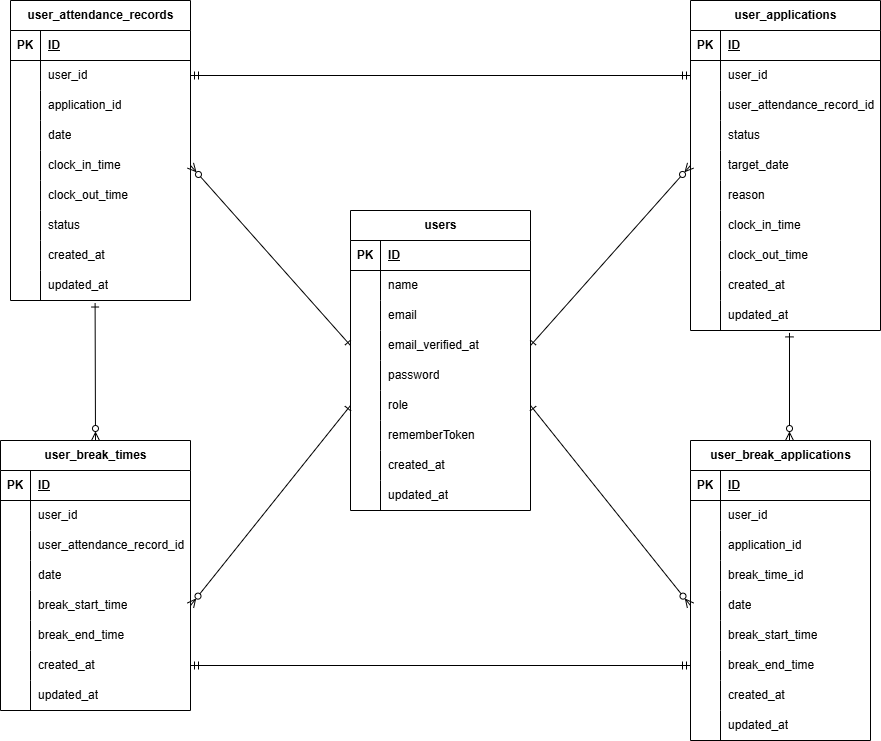
Above: src/index.drawio.png in manami0630/attendance_management (draw.io), before the change. Source tidied: cells renumbered, new cells last; positions are measured from the earlier drawing's top-left corner, leaving out a move shared by most shapes.
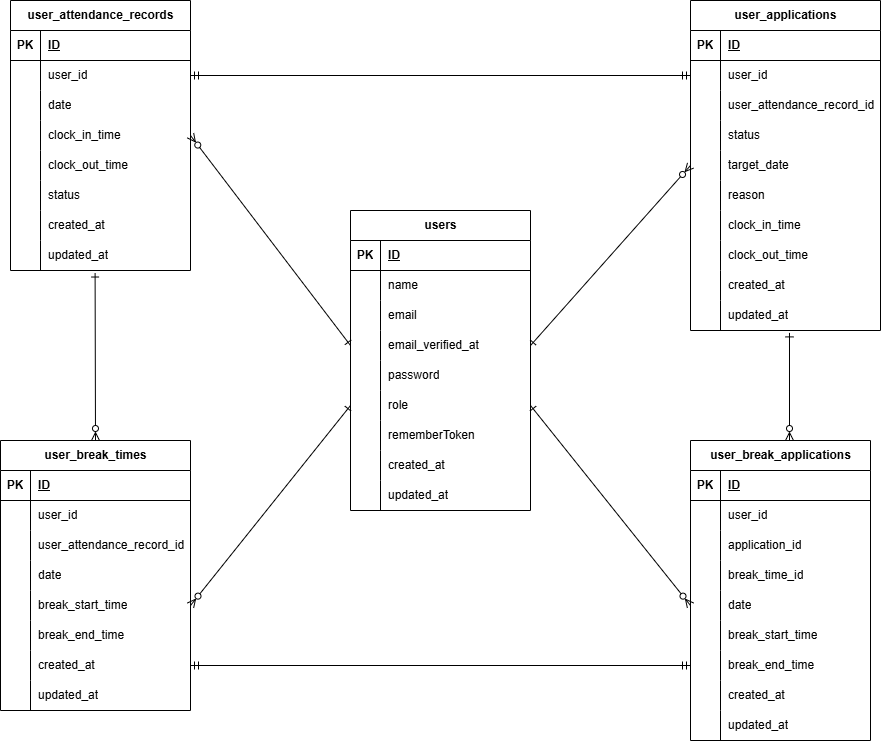
The same diagram one commit later.

The edit, as a diff of the source:
```diff
@@ -264,7 +264,7 @@
       <mxGeometry x="30" width="150" height="30" as="geometry" />
     </mxCell>
     <mxCell id="89" value="user_attendance_records" style="shape=table;startSize=30;rowLines=0;fontStyle=1;align=center;html=1;" parent="1" vertex="1">
-      <mxGeometry x="10" width="180" height="300" as="geometry" />
+      <mxGeometry x="10" width="180" height="270" as="geometry" />
     </mxCell>
     <mxCell id="90" style="shape=tableRow;horizontal=0;startSize=0;swimlaneHead=0;swimlaneBody=0;fillColor=none;top=0;left=0;right=0;bottom=1;" parent="89" vertex="1">
       <mxGeometry y="30" width="180" height="30" as="geometry" />
@@ -284,17 +284,8 @@
     <mxCell id="95" value="user_id" style="shape=partialRectangle;fillColor=none;top=0;left=0;bottom=0;right=0;align=left;spacingLeft=6;overflow=hidden;whiteSpace=wrap;html=1;" parent="93" vertex="1">
       <mxGeometry x="30" width="150" height="30" as="geometry" />
     </mxCell>
-    <mxCell id="96" style="shape=tableRow;horizontal=0;startSize=0;swimlaneHead=0;swimlaneBody=0;fillColor=none;top=0;left=0;right=0;bottom=0;" parent="89" vertex="1">
-      <mxGeometry y="90" width="180" height="30" as="geometry" />
-    </mxCell>
-    <mxCell id="97" style="shape=partialRectangle;fillColor=none;top=0;left=0;bottom=0;right=0;overflow=hidden;whiteSpace=wrap;html=1;" parent="96" vertex="1">
-      <mxGeometry width="30" height="30" as="geometry" />
-    </mxCell>
-    <mxCell id="98" value="&lt;span style=&quot;color: rgb(0, 0, 0);&quot;&gt;application_id&lt;/span&gt;" style="shape=partialRectangle;fillColor=none;top=0;left=0;bottom=0;right=0;align=left;spacingLeft=6;overflow=hidden;whiteSpace=wrap;html=1;" parent="96" vertex="1">
-      <mxGeometry x="30" width="150" height="30" as="geometry" />
-    </mxCell>
     <mxCell id="99" style="shape=tableRow;horizontal=0;startSize=0;swimlaneHead=0;swimlaneBody=0;fillColor=none;top=0;left=0;right=0;bottom=0;" parent="89" vertex="1">
-      <mxGeometry y="120" width="180" height="30" as="geometry" />
+      <mxGeometry y="90" width="180" height="30" as="geometry" />
     </mxCell>
     <mxCell id="100" style="shape=partialRectangle;fillColor=none;top=0;left=0;bottom=0;right=0;overflow=hidden;whiteSpace=wrap;html=1;" parent="99" vertex="1">
       <mxGeometry width="30" height="30" as="geometry" />
@@ -303,7 +294,7 @@
       <mxGeometry x="30" width="150" height="30" as="geometry" />
     </mxCell>
     <mxCell id="102" style="shape=tableRow;horizontal=0;startSize=0;swimlaneHead=0;swimlaneBody=0;fillColor=none;points=[[0,0.5],[1,0.5]];portConstraint=eastwest;top=0;left=0;right=0;bottom=0;" parent="89" vertex="1">
-      <mxGeometry y="150" width="180" height="30" as="geometry" />
+      <mxGeometry y="120" width="180" height="30" as="geometry" />
     </mxCell>
     <mxCell id="103" style="shape=partialRectangle;fillColor=none;top=0;left=0;bottom=0;right=0;overflow=hidden;whiteSpace=wrap;html=1;" parent="102" vertex="1">
       <mxGeometry width="30" height="30" as="geometry" />
@@ -312,7 +303,7 @@
       <mxGeometry x="30" width="150" height="30" as="geometry" />
     </mxCell>
     <mxCell id="105" style="shape=tableRow;horizontal=0;startSize=0;swimlaneHead=0;swimlaneBody=0;fillColor=none;top=0;left=0;right=0;bottom=0;" parent="89" vertex="1">
-      <mxGeometry y="180" width="180" height="30" as="geometry" />
+      <mxGeometry y="150" width="180" height="30" as="geometry" />
     </mxCell>
     <mxCell id="106" style="shape=partialRectangle;fillColor=none;top=0;left=0;bottom=0;right=0;overflow=hidden;whiteSpace=wrap;html=1;" parent="105" vertex="1">
       <mxGeometry width="30" height="30" as="geometry" />
@@ -321,7 +312,7 @@
       <mxGeometry x="30" width="150" height="30" as="geometry" />
     </mxCell>
     <mxCell id="108" style="shape=tableRow;horizontal=0;startSize=0;swimlaneHead=0;swimlaneBody=0;fillColor=none;top=0;left=0;right=0;bottom=0;" parent="89" vertex="1">
-      <mxGeometry y="210" width="180" height="30" as="geometry" />
+      <mxGeometry y="180" width="180" height="30" as="geometry" />
     </mxCell>
     <mxCell id="109" style="shape=partialRectangle;fillColor=none;top=0;left=0;bottom=0;right=0;overflow=hidden;whiteSpace=wrap;html=1;" parent="108" vertex="1">
       <mxGeometry width="30" height="30" as="geometry" />
@@ -330,7 +321,7 @@
       <mxGeometry x="30" width="150" height="30" as="geometry" />
     </mxCell>
     <mxCell id="111" style="shape=tableRow;horizontal=0;startSize=0;swimlaneHead=0;swimlaneBody=0;fillColor=none;top=0;left=0;right=0;bottom=0;" parent="89" vertex="1">
-      <mxGeometry y="240" width="180" height="30" as="geometry" />
+      <mxGeometry y="210" width="180" height="30" as="geometry" />
     </mxCell>
     <mxCell id="112" style="shape=partialRectangle;fillColor=none;top=0;left=0;bottom=0;right=0;overflow=hidden;whiteSpace=wrap;html=1;" parent="111" vertex="1">
       <mxGeometry width="30" height="30" as="geometry" />
@@ -339,7 +330,7 @@
       <mxGeometry x="30" width="150" height="30" as="geometry" />
     </mxCell>
     <mxCell id="114" style="shape=tableRow;horizontal=0;startSize=0;swimlaneHead=0;swimlaneBody=0;fillColor=none;points=[[0,0.5],[1,0.5]];portConstraint=eastwest;top=0;left=0;right=0;bottom=0;" parent="89" vertex="1">
-      <mxGeometry y="270" width="180" height="30" as="geometry" />
+      <mxGeometry y="240" width="180" height="30" as="geometry" />
     </mxCell>
     <mxCell id="115" style="shape=partialRectangle;fillColor=none;top=0;left=0;bottom=0;right=0;overflow=hidden;whiteSpace=wrap;html=1;" parent="114" vertex="1">
       <mxGeometry width="30" height="30" as="geometry" />
```
